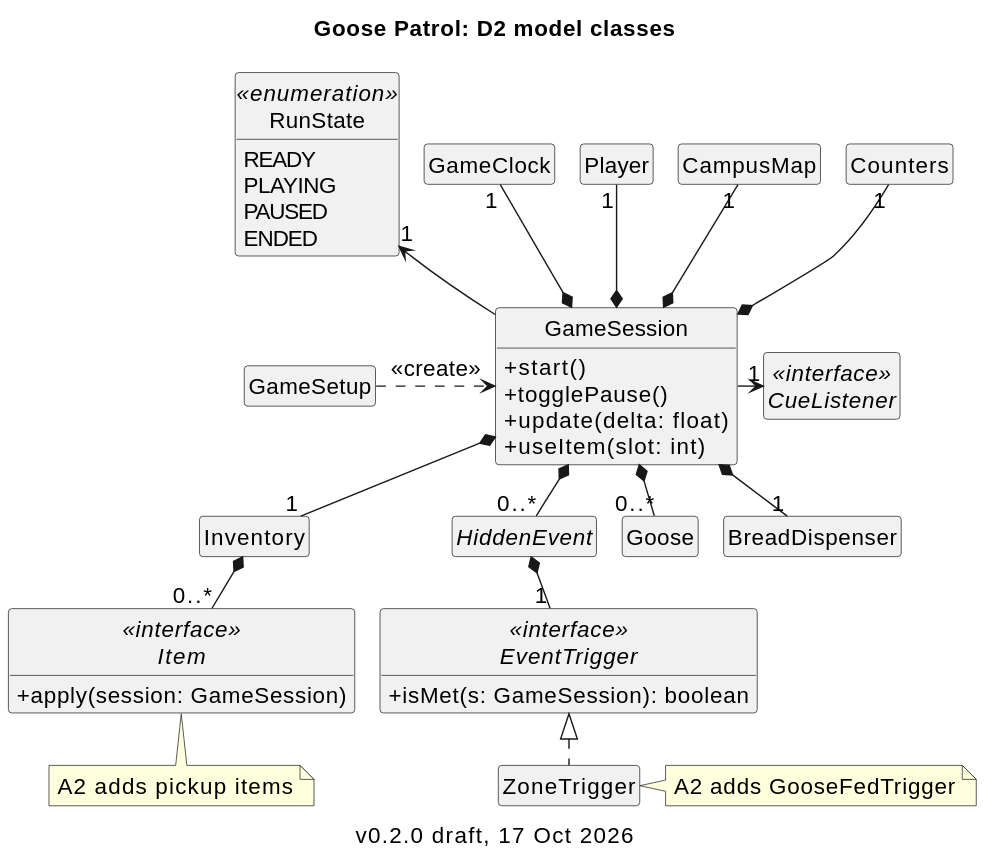
Earlier version of the PlantUML export docs/architecture/out/d2-model-classes.svg (goose-meat-eng1/goose-patrol).
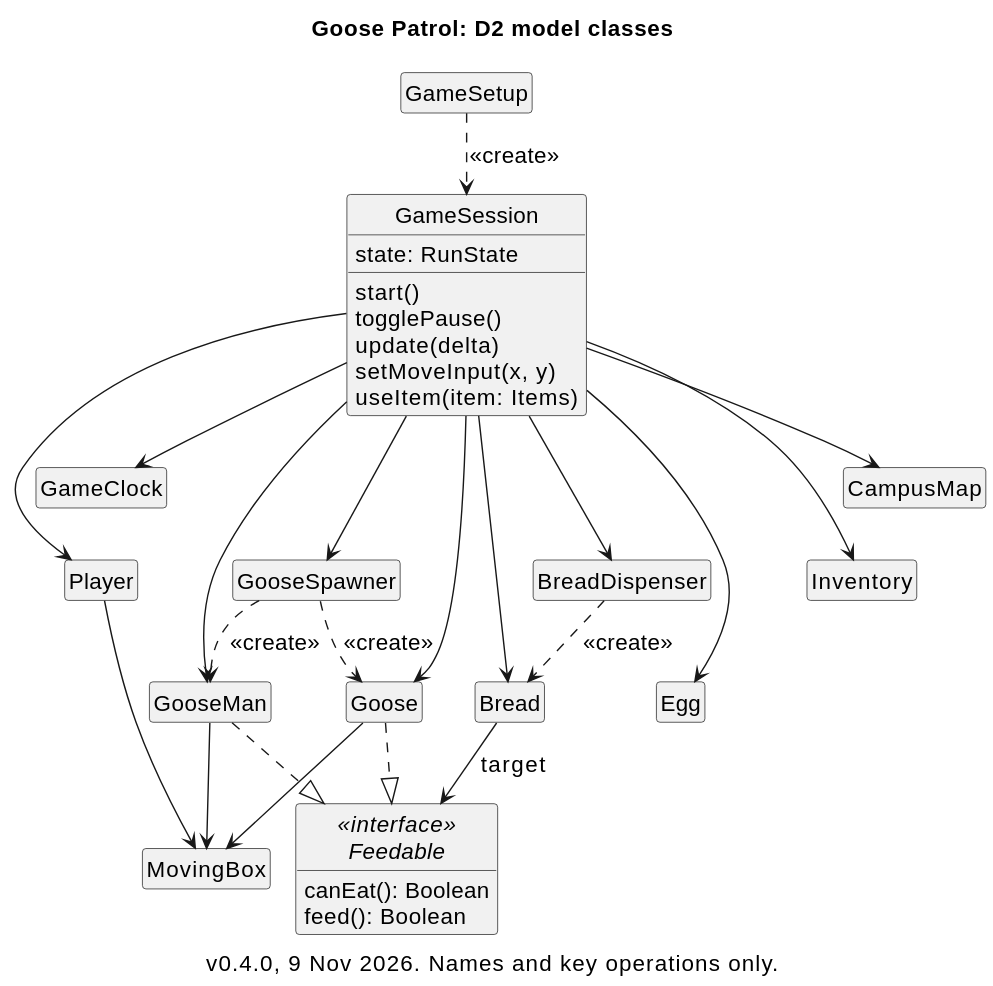
After the change.

What changed in the source:
```diff
@@ -1,64 +1,59 @@
 @startuml
 !include style.iuml
 title Goose Patrol: D2 model classes
-caption v0.2.0 draft, 17 Oct 2026
+caption v0.4.0, 9 Nov 2026. Names and key operations only.
 hide circle
 hide empty members
 
+class GameSetup
 class GameSession {
-  +start()
-  +togglePause()
-  +update(delta: float)
-  +useItem(slot: int)
+  state: RunState
+  start()
+  togglePause()
+  update(delta)
+  setMoveInput(x, y)
+  useItem(item: Items)
 }
-
-enum RunState <<enumeration>> {
-  READY
-  PLAYING
-  PAUSED
-  ENDED
-}
-
 class GameClock
 class Player
 class CampusMap
-class Counters
-class GameSetup
-interface CueListener <<interface>>
 class Inventory
+class GooseSpawner
+class BreadDispenser
+class Goose
+class GooseMan
+class Bread
+class Egg
+interface Feedable <<interface>> {
+  canEat(): Boolean
+  feed(): Boolean
+}
+class MovingBox
 
-interface Item <<interface>> {
-  +apply(session: GameSession)
-}
+GameSetup ..> GameSession : <<create>>
 
-abstract class HiddenEvent
+GameSession -->  GameClock
+GameSession -->  Player
+GameSession -->  CampusMap
+GameSession -->  Inventory
+GameSession --->  GooseSpawner
+GameSession --->  BreadDispenser
+GameSession ---->  Goose
+GameSession ---->  GooseMan
+GameSession ---->  Bread
+GameSession ---->  Egg
 
-interface EventTrigger <<interface>> {
-  +isMet(s: GameSession): boolean
-}
+GooseSpawner ..> Goose : <<create>>
+GooseSpawner ..> GooseMan : <<create>>
+BreadDispenser ..> Bread : <<create>>
+Bread -->  Feedable : target
+Goose ..|> Feedable
+GooseMan ..|> Feedable
+Player --> MovingBox
+Goose --> MovingBox
+GooseMan --> MovingBox
 
-class ZoneTrigger
-class Goose
-class BreadDispenser
-
-RunState "1" <-- GameSession
-GameClock "1" --* GameSession
-Player "1" --* GameSession
-CampusMap "1" --* GameSession
-Counters "1" --* GameSession
-
-GameSetup .right.> GameSession : <<create>>
-GameSession -right-> "1" CueListener
-
-GameSession *-- "1" Inventory
-GameSession *-- "0..*" HiddenEvent
-GameSession *-- "0..*" Goose
-GameSession *-- "1" BreadDispenser
-Inventory *-- "0..*" Item
-HiddenEvent *-- "1" EventTrigger
-EventTrigger <|.. ZoneTrigger
-
-note bottom of Item : A2 adds pickup items
-
-note right of ZoneTrigger : A2 adds GooseFedTrigger
+Bread -[hidden]right- Egg
+CampusMap -[hidden]down- Inventory
+GameClock -[hidden]down- Player
 @enduml
```
